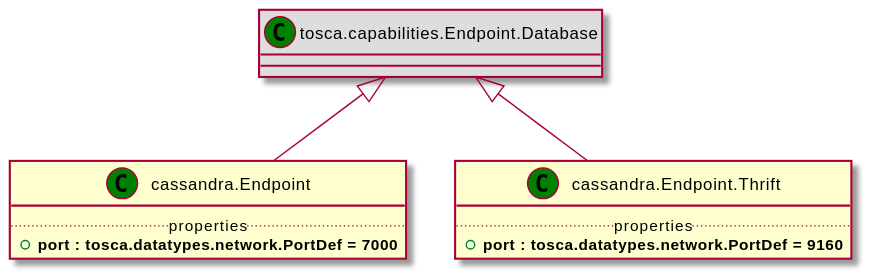
Above: examples/ariatosca/diagrams/uml2/cassandra-uml2-class-diagram.svg in Orange-OpenSource/Cloudnet-TOSCA-toolbox (PlantUML), before the change. Its diagram source:
```plantuml
@startuml
set namespaceSeparator none
class "tosca.capabilities.Endpoint.Database" << (C,green) >> #DDDDDD
"tosca.capabilities.Endpoint.Database" <|-- "cassandra.Endpoint"
class "cassandra.Endpoint" << (C,green) >> {
.. properties ..
+<b>port : tosca.datatypes.network.PortDef = 7000
}
class "tosca.capabilities.Endpoint.Database" << (C,green) >> #DDDDDD
"tosca.capabilities.Endpoint.Database" <|-- "cassandra.Endpoint.Thrift"
class "cassandra.Endpoint.Thrift" << (C,green) >> {
.. properties ..
+<b>port : tosca.datatypes.network.PortDef = 9160
}
@enduml
```
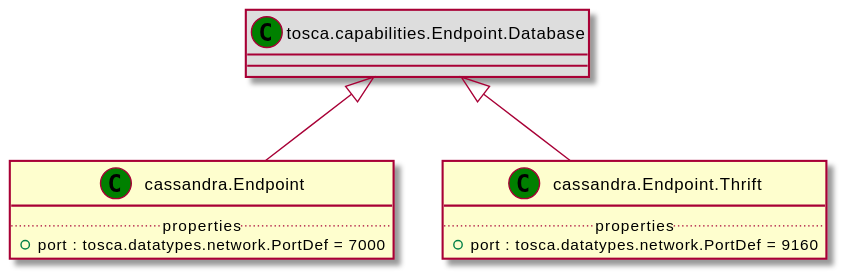
The same file after the commit.

What changed in the source:
```diff
@@ -4,12 +4,12 @@
 "tosca.capabilities.Endpoint.Database" <|-- "cassandra.Endpoint"
 class "cassandra.Endpoint" << (C,green) >> {
 .. properties ..
-+<b>port : tosca.datatypes.network.PortDef = 7000
++port : tosca.datatypes.network.PortDef = 7000
 }
 class "tosca.capabilities.Endpoint.Database" << (C,green) >> #DDDDDD
 "tosca.capabilities.Endpoint.Database" <|-- "cassandra.Endpoint.Thrift"
 class "cassandra.Endpoint.Thrift" << (C,green) >> {
 .. properties ..
-+<b>port : tosca.datatypes.network.PortDef = 9160
++port : tosca.datatypes.network.PortDef = 9160
 }
 @enduml
```
